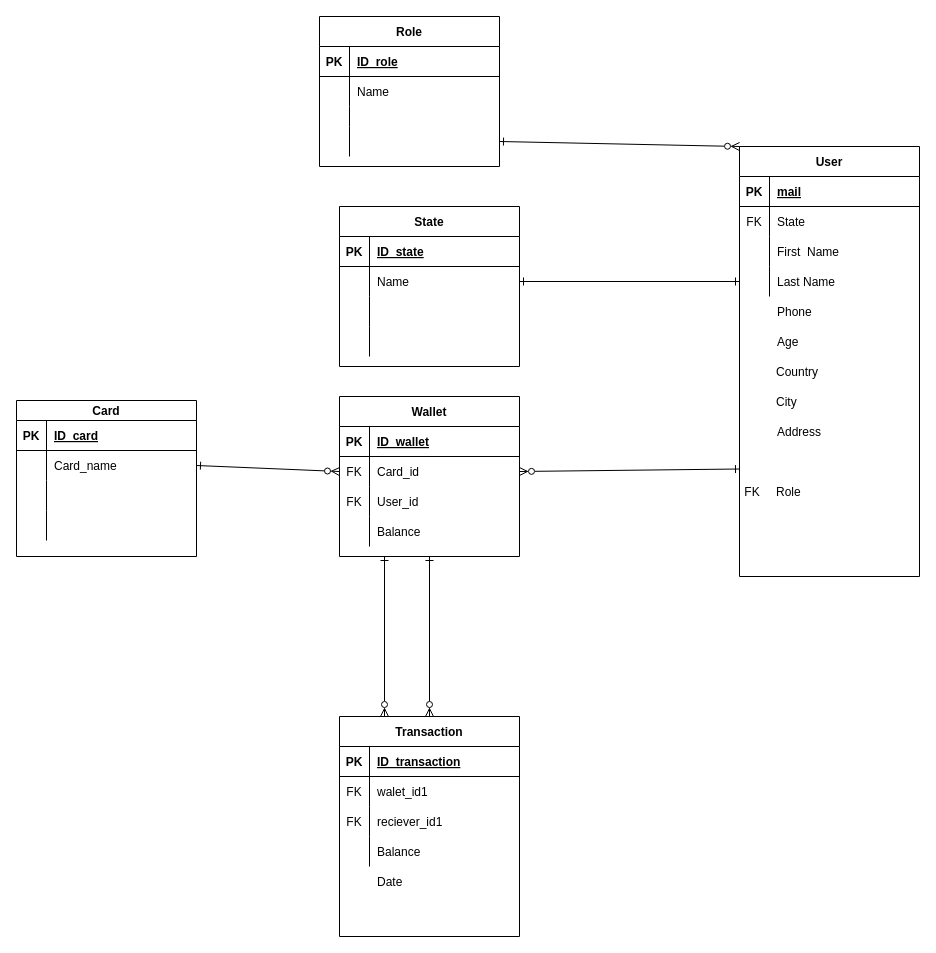
This is DataBase-Diagram.drawio from Coquixo/final-flow-diagram, a draw.io file, before an edit. Source tidied: cells renumbered, new cells numbered last; positions are measured from the earlier drawing's top-left corner, leaving out a move shared by most shapes. Both pictures are drawn from the tidied source at 100%, with x=0, y=0 at pixel (16, 16).
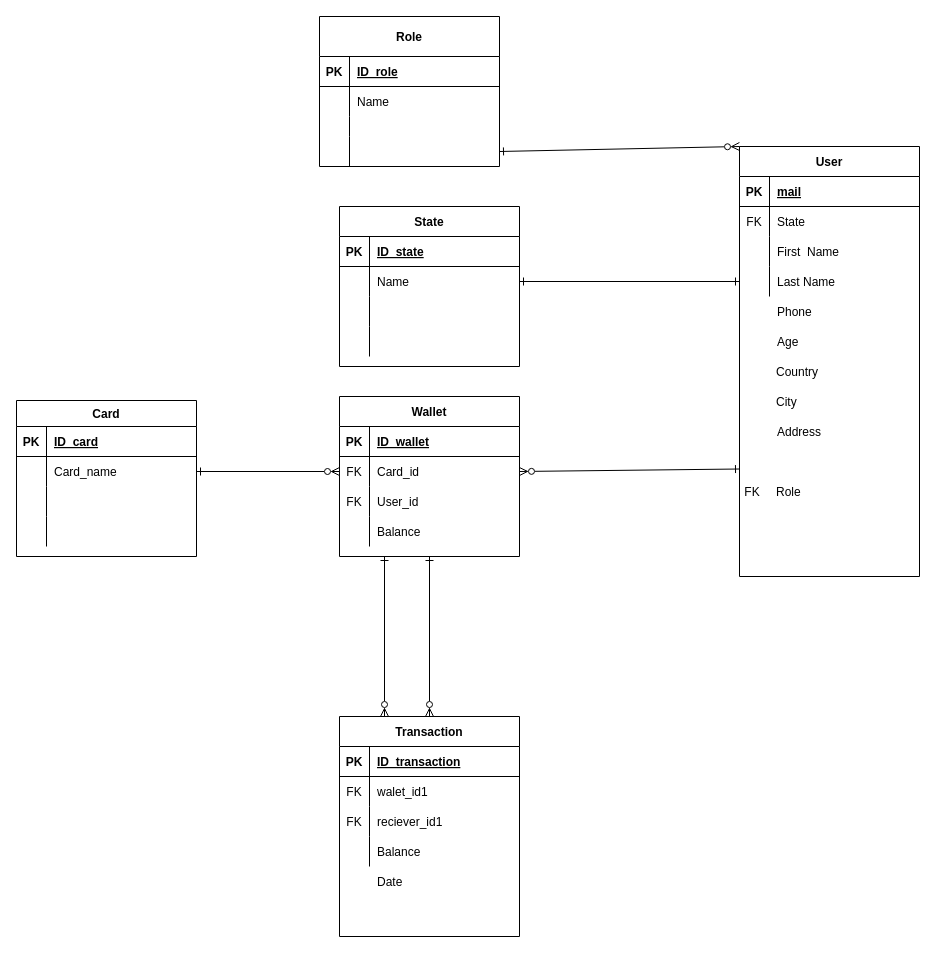
The same page after the edit.

The edit, as a diff of the source:
```diff
@@
-    <mxCell id="22" value="Card" style="shape=table;startSize=20;childLayout=tableLayout;rowLines=0;fontStyle=1;align=center;" parent="1" vertex="1">
+    <mxCell id="22" value="Card" style="shape=table;startSize=26;childLayout=tableLayout;rowLines=0;fontStyle=1;align=center;" parent="1" vertex="1">
       <mxGeometry y="384" width="180" height="156" as="geometry" />
     </mxCell>
     <mxCell id="23" style="shape=tableRow;horizontal=0;startSize=0;swimlaneHead=0;swimlaneBody=0;fillColor=none;top=0;left=0;right=0;bottom=1;" parent="22" vertex="1">
-      <mxGeometry y="20" width="180" height="30" as="geometry" />
+      <mxGeometry y="26" width="180" height="30" as="geometry" />
     </mxCell>
@@
     <mxCell id="26" style="shape=tableRow;horizontal=0;startSize=0;swimlaneHead=0;swimlaneBody=0;fillColor=none;points=[[0,0.5],[1,0.5]];portConstraint=eastwest;top=0;left=0;right=0;bottom=0;" parent="22" vertex="1">
-      <mxGeometry y="50" width="180" height="30" as="geometry" />
+      <mxGeometry y="56" width="180" height="30" as="geometry" />
     </mxCell>
@@
     <mxCell id="29" style="shape=tableRow;horizontal=0;startSize=0;swimlaneHead=0;swimlaneBody=0;fillColor=none;top=0;left=0;right=0;bottom=0;" parent="22" vertex="1">
-      <mxGeometry y="80" width="180" height="30" as="geometry" />
+      <mxGeometry y="86" width="180" height="30" as="geometry" />
     </mxCell>
@@
     <mxCell id="32" style="shape=tableRow;horizontal=0;startSize=0;swimlaneHead=0;swimlaneBody=0;fillColor=none;top=0;left=0;right=0;bottom=0;" parent="22" vertex="1">
-      <mxGeometry y="110" width="180" height="30" as="geometry" />
+      <mxGeometry y="116" width="180" height="30" as="geometry" />
     </mxCell>
@@
-    <mxCell id="38" value="Role" style="shape=table;startSize=30;childLayout=tableLayout;rowLines=0;fontStyle=1;align=center;" parent="1" vertex="1">
+    <mxCell id="38" value="Role" style="shape=table;startSize=40;childLayout=tableLayout;rowLines=0;fontStyle=1;align=center;" parent="1" vertex="1">
       <mxGeometry x="303" width="180" height="150" as="geometry" />
     </mxCell>
     <mxCell id="39" style="shape=tableRow;horizontal=0;startSize=0;swimlaneHead=0;swimlaneBody=0;fillColor=none;top=0;left=0;right=0;bottom=1;" parent="38" vertex="1">
-      <mxGeometry y="30" width="180" height="30" as="geometry" />
+      <mxGeometry y="40" width="180" height="30" as="geometry" />
     </mxCell>
@@
     <mxCell id="42" style="shape=tableRow;horizontal=0;startSize=0;swimlaneHead=0;swimlaneBody=0;fillColor=none;top=0;left=0;right=0;bottom=0;" parent="38" vertex="1">
-      <mxGeometry y="60" width="180" height="30" as="geometry" />
+      <mxGeometry y="70" width="180" height="30" as="geometry" />
     </mxCell>
@@
     <mxCell id="45" style="shape=tableRow;horizontal=0;startSize=0;swimlaneHead=0;swimlaneBody=0;fillColor=none;top=0;left=0;right=0;bottom=0;" parent="38" vertex="1">
-      <mxGeometry y="90" width="180" height="20" as="geometry" />
+      <mxGeometry y="100" width="180" height="20" as="geometry" />
     </mxCell>
@@
     <mxCell id="48" style="shape=tableRow;horizontal=0;startSize=0;swimlaneHead=0;swimlaneBody=0;fillColor=none;points=[[0,0.5],[1,0.5]];portConstraint=eastwest;top=0;left=0;right=0;bottom=0;" parent="38" vertex="1">
-      <mxGeometry y="110" width="180" height="30" as="geometry" />
+      <mxGeometry y="120" width="180" height="30" as="geometry" />
     </mxCell>
```
